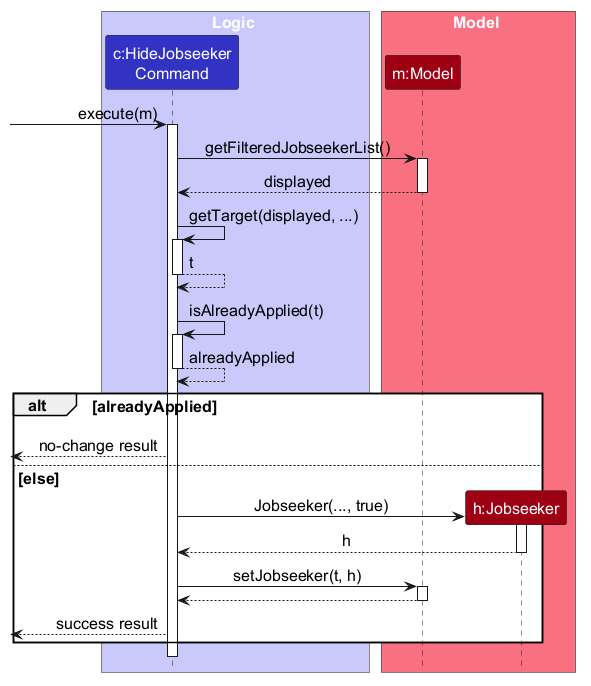
The PlantUML diagram docs/images/HideJobseekerSequenceDiagram.png in AY2627S1-CS2103T-F10-4/tp, before a commit. The source it was exported from:
```plantuml
@startuml
!include style.puml
skinparam ArrowFontStyle plain
skinparam defaultFontSize 16

box Logic LOGIC_COLOR_T1
participant "c:HideJobseeker\nCommand" as Command LOGIC_COLOR
end box

box Model MODEL_COLOR_T1
participant "m:Model" as Model MODEL_COLOR
participant "h:Jobseeker" as Hidden MODEL_COLOR
end box

[-> Command : execute(m)
activate Command

Command -> Model : getFilteredJobseekerList()
activate Model

Model --> Command : displayed
deactivate Model

Command -> Command : getTarget(displayed, ...)
activate Command

Command --> Command : t
deactivate Command

Command -> Command : isAlreadyApplied(t)
activate Command

Command --> Command : alreadyApplied
deactivate Command

alt alreadyApplied
    [<-- Command : no-change result
else else
    create Hidden
    Command -> Hidden : Jobseeker(..., true)
    activate Hidden

    Hidden --> Command : h
    deactivate Hidden

    Command -> Model : setJobseeker(t, h)
    activate Model

    Model --> Command
    deactivate Model

    [<-- Command : success result
end
deactivate Command
@enduml
```
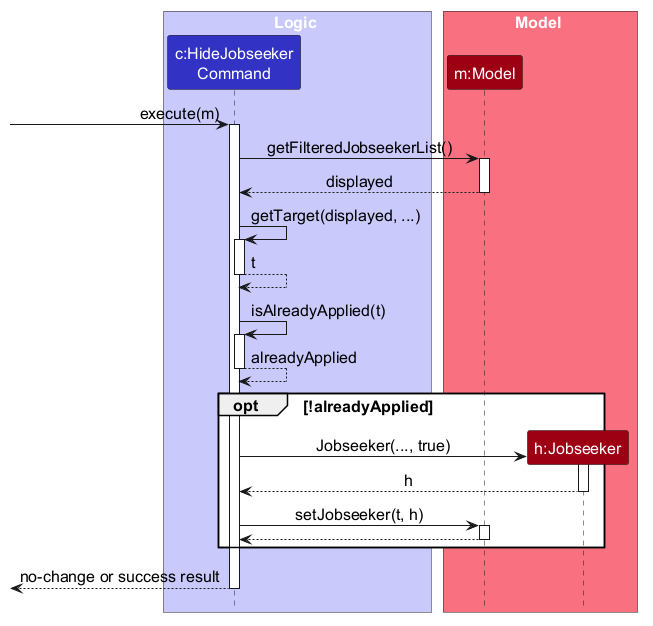
The same diagram one commit later.

The edit, as a diff of the source:
```diff
@@ -33,9 +33,7 @@
 Command --> Command : alreadyApplied
 deactivate Command
 
-alt alreadyApplied
-    [<-- Command : no-change result
-else else
+opt !alreadyApplied
     create Hidden
     Command -> Hidden : Jobseeker(..., true)
     activate Hidden
@@ -48,8 +46,8 @@
 
     Model --> Command
     deactivate Model
+end
 
-    [<-- Command : success result
-end
+[<-- Command : no-change or success result
 deactivate Command
 @enduml
```
